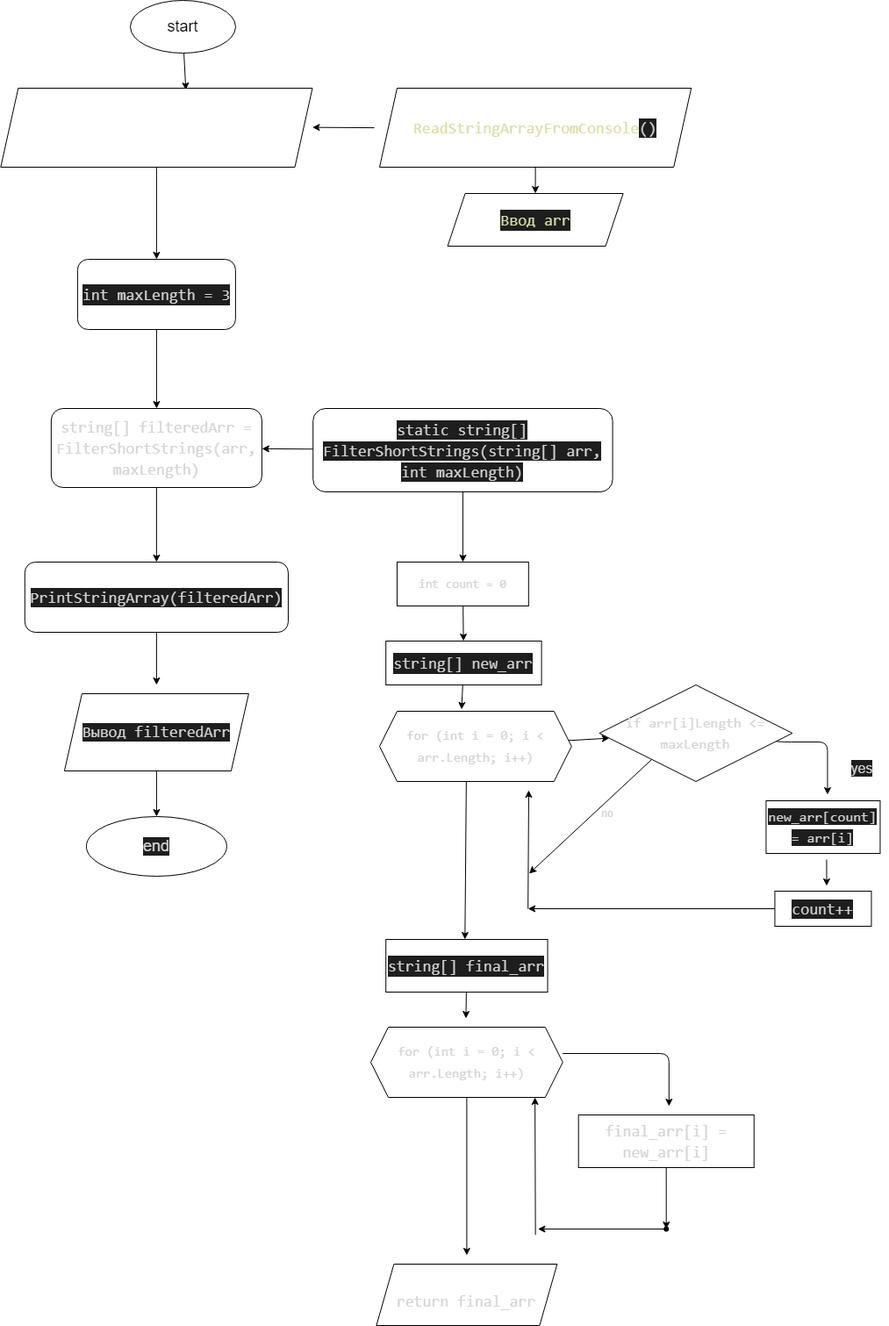
The draw.io diagram itog/diagram.drawio.png in JuliaSukhova/Result, before a commit. Source tidied: cells renumbered, new cells last; positions are measured from the earlier drawing's top-left corner, leaving out a move shared by most shapes.
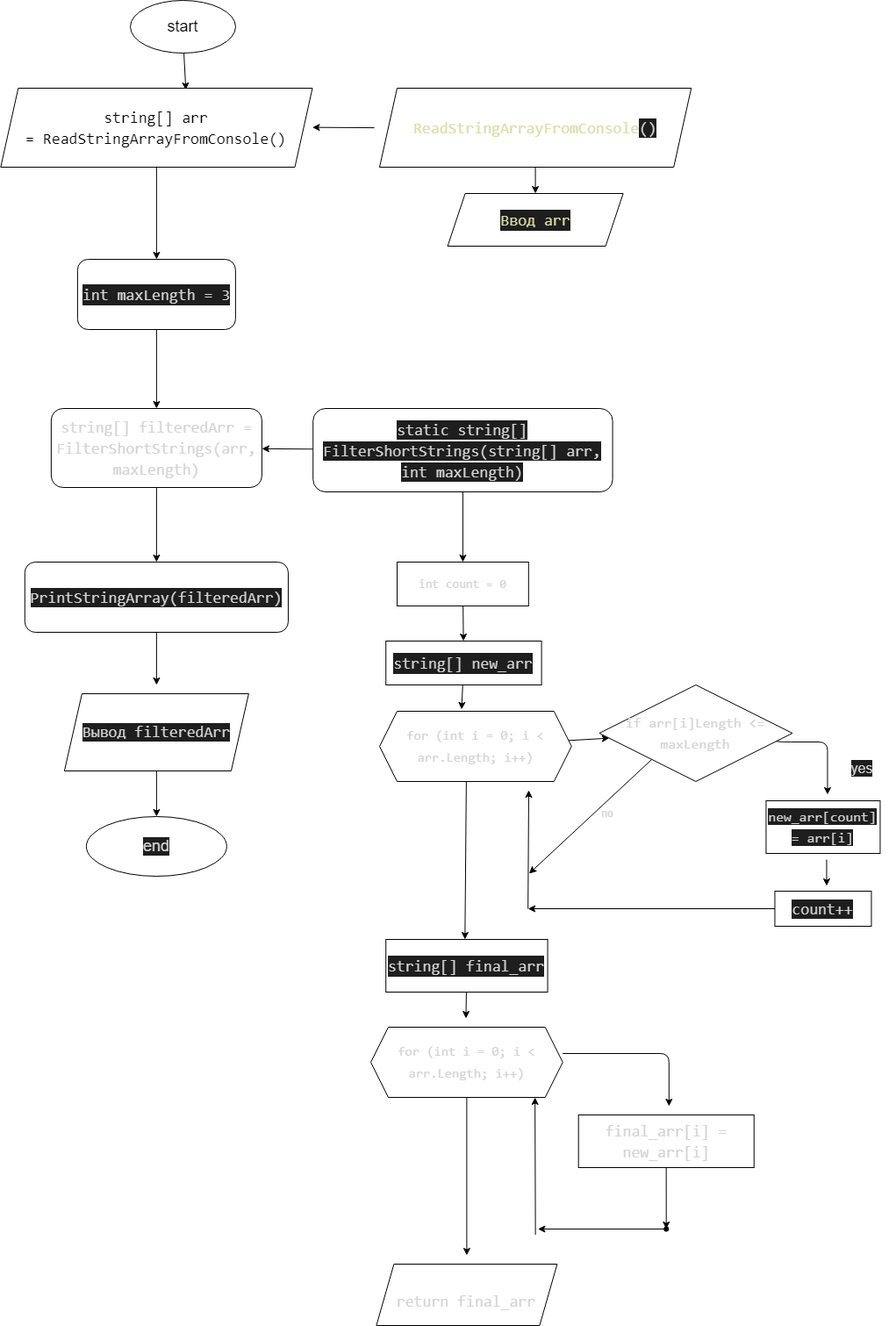
After the commit.

Commit message:
Блое схема цвет2

Diff of the diagram source:
```diff
@@ -11,7 +11,7 @@
     <mxCell id="4" style="edgeStyle=none;html=1;fontSize=14;fontColor=none;" parent="1" edge="1" source="5" target="35">
       <mxGeometry relative="1" as="geometry" />
     </mxCell>
-    <mxCell id="5" value="&lt;div style=&quot;font-family: Consolas, &amp;quot;Courier New&amp;quot;, monospace; font-size: 18px; line-height: 24px;&quot;&gt;&lt;font color=&quot;#ffffff&quot;&gt;string[] arr =&amp;nbsp;ReadStringArrayFromConsole()&lt;/font&gt;&lt;/div&gt;" style="shape=parallelogram;perimeter=parallelogramPerimeter;whiteSpace=wrap;html=1;fixedSize=1;" parent="1" vertex="1">
+    <mxCell id="5" value="&lt;div style=&quot;font-family: Consolas, &amp;quot;Courier New&amp;quot;, monospace; font-size: 18px; line-height: 24px;&quot;&gt;string[] arr =&amp;nbsp;ReadStringArrayFromConsole()&lt;/div&gt;" style="shape=parallelogram;perimeter=parallelogramPerimeter;whiteSpace=wrap;html=1;fixedSize=1;" parent="1" vertex="1">
       <mxGeometry x="0.3" y="100" width="355.2" height="90" as="geometry" />
     </mxCell>
     <mxCell id="6" style="edgeStyle=none;html=1;fontSize=12;fontColor=#D4D4D4;" parent="1" edge="1" source="7" target="29">
```
